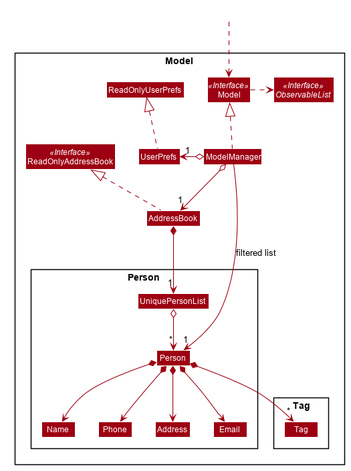
This is docs/images/ModelClassDiagram.png from nus-cs2103-AY1920S1/addressbook-level3, a PlantUML export, as it was before one commit.
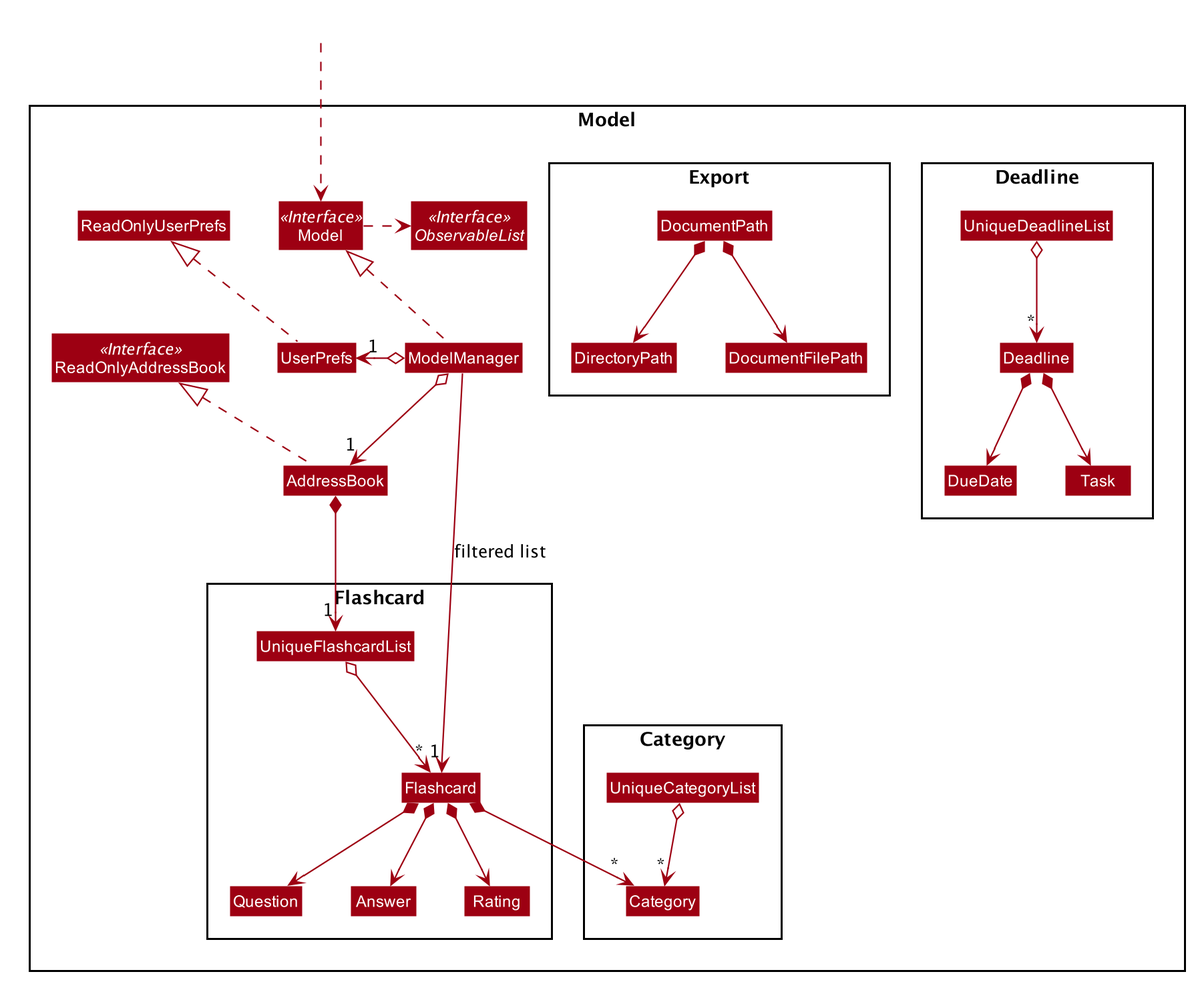
The same diagram one commit later.

Commit message:
- update  Model class Diagram

Change to the diagram source:
```diff
@@ -62,18 +62,31 @@
 Class UserPrefs
 Class ReadOnlyUserPrefs
 
-Package Person {
-Class Person
-Class Address
-Class Email
-Class Name
-Class Phone
-Class UniquePersonList
+Package Flashcard {
+Class Flashcard
+Class Question
+Class Answer
+Class Rating
+Class UniqueFlashcardList
 }
 
-Package Tag {
-Class Tag
+Package Category {
+Class UniqueCategoryList
+Class Category
 }
+Package Deadline  {
+Class Deadline
+Class DueDate
+Class Task
+Class UniqueDeadlineList
+}
+
+Package Export {
+Class DirectoryPath
+Class DocumentFilePath
+Class DocumentPath
+}
+
 }
 
 Class HiddenOutside #FFFFFF
@@ -87,17 +100,24 @@
 ModelManager o-left-> "1" UserPrefs
 UserPrefs .up.|> ReadOnlyUserPrefs
 
-AddressBook *--> "1" UniquePersonList
-UniquePersonList o--> "*" Person
-Person *--> Name
-Person *--> Phone
-Person *--> Email
-Person *--> Address
-Person *--> "*" Tag
+AddressBook *--> "1" UniqueFlashcardList
+UniqueFlashcardList o--> "*" Flashcard
+Flashcard *--> Question
+Flashcard *--> Answer
+Flashcard *--> Rating
+Flashcard *--> "*" Category
 
-Name -[hidden]right-> Phone
-Phone -[hidden]right-> Address
-Address -[hidden]right-> Email
+Question -[hidden]right-> Answer
+Answer -[hidden]right-> Rating
 
-ModelManager -->"1" Person : filtered list
+ModelManager -->"1" Flashcard : filtered list
+
+UniqueCategoryList o--> "*" Category
+
+DocumentPath *--> DocumentFilePath
+DocumentPath *--> DirectoryPath
+
+Deadline *--> Task
+Deadline*--> DueDate
+UniqueDeadlineList o--> "*" Deadline
 @enduml
```
